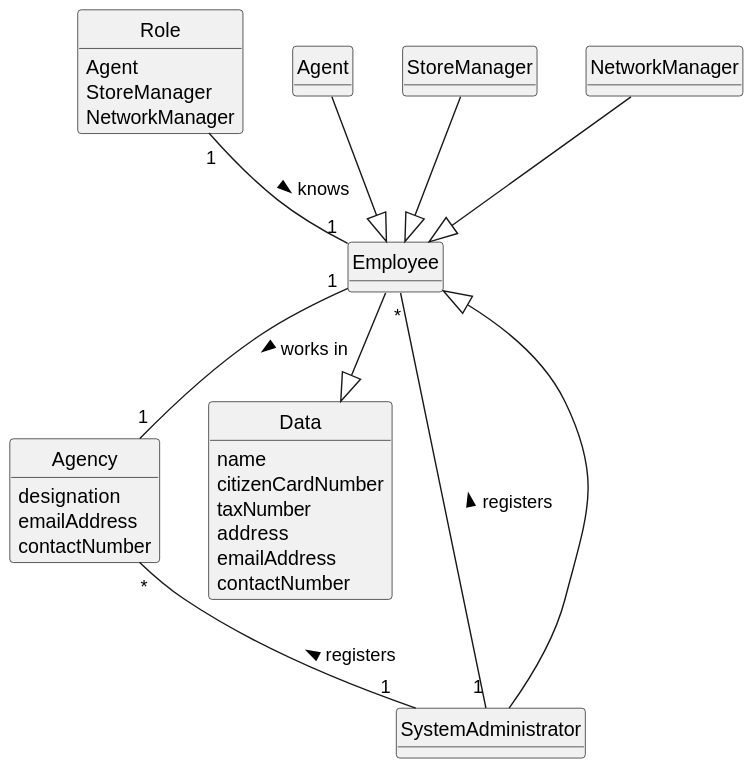
This is docs/sprintB/us003/02.analysis/svg/us003-domain-model.svg from rita-barbosa/LAPR2-2223, a PlantUML export, as it was before one commit. The source it was exported from:
```plantuml
@startuml
skinparam monochrome true
skinparam packageStyle rectangle
skinparam shadowing false


skinparam classAttributeIconSize 0

hide circle
hide methods

class SystemAdministrator {}


class Employee {}

class Role{
Agent
StoreManager
NetworkManager
}

class Agent{
}

class StoreManager{
}
class NetworkManager{
}

class Data{
name
citizenCardNumber
taxNumber
address
emailAddress
contactNumber
}


class Agency {
designation
emailAddress
contactNumber
}



SystemAdministrator -|> Employee
SystemAdministrator "1" -- "*" Employee: registers >
SystemAdministrator "1" -up- "*" Agency: registers >

Employee "1" -- "1" Agency: works in  >
Role "1" -- "1" Employee: knows  >
Data  <|-up-  Employee
Agent  --|> Employee
StoreManager --|> Employee
NetworkManager --|> Employee
@enduml
```
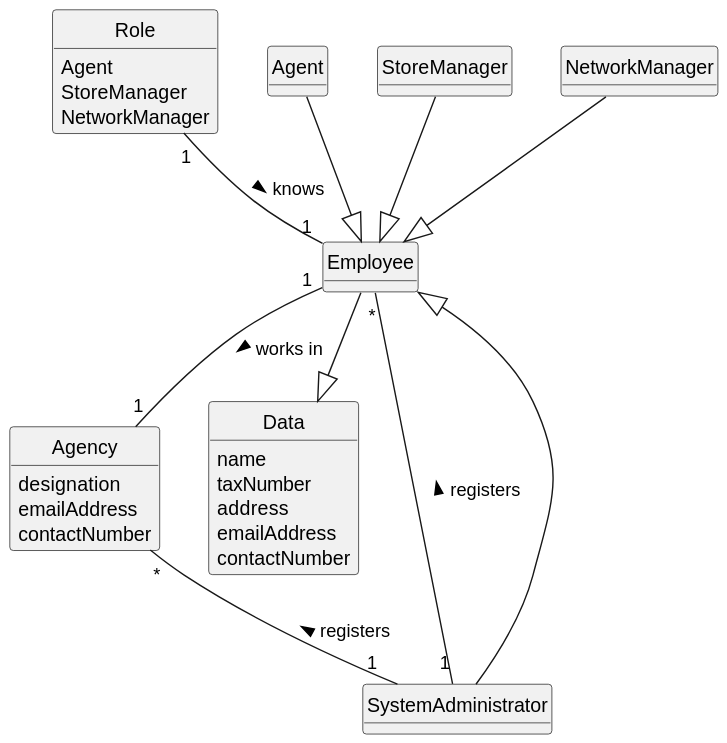
Later version of the same file.

Diff of the diagram source:
```diff
@@ -30,7 +30,6 @@
 
 class Data{
 name
-citizenCardNumber
 taxNumber
 address
 emailAddress
```
